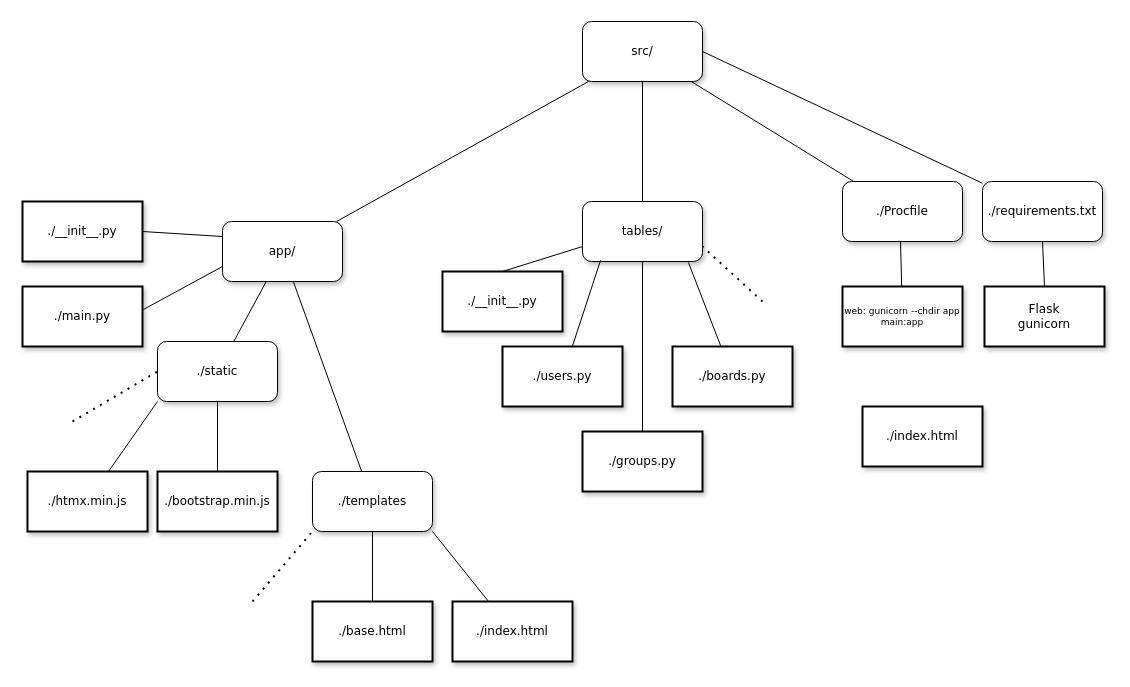
Before: .diagrams/.deployment/deployment.drawio in Bilgecrank/hindsite, a draw.io diagram. Source tidied: cells renumbered, new cells numbered last; positions are measured from the earlier drawing's top-left corner, leaving out a move shared by most shapes. Both pictures are drawn from the tidied source at 100%, with x=0, y=0 at pixel (22, 21).
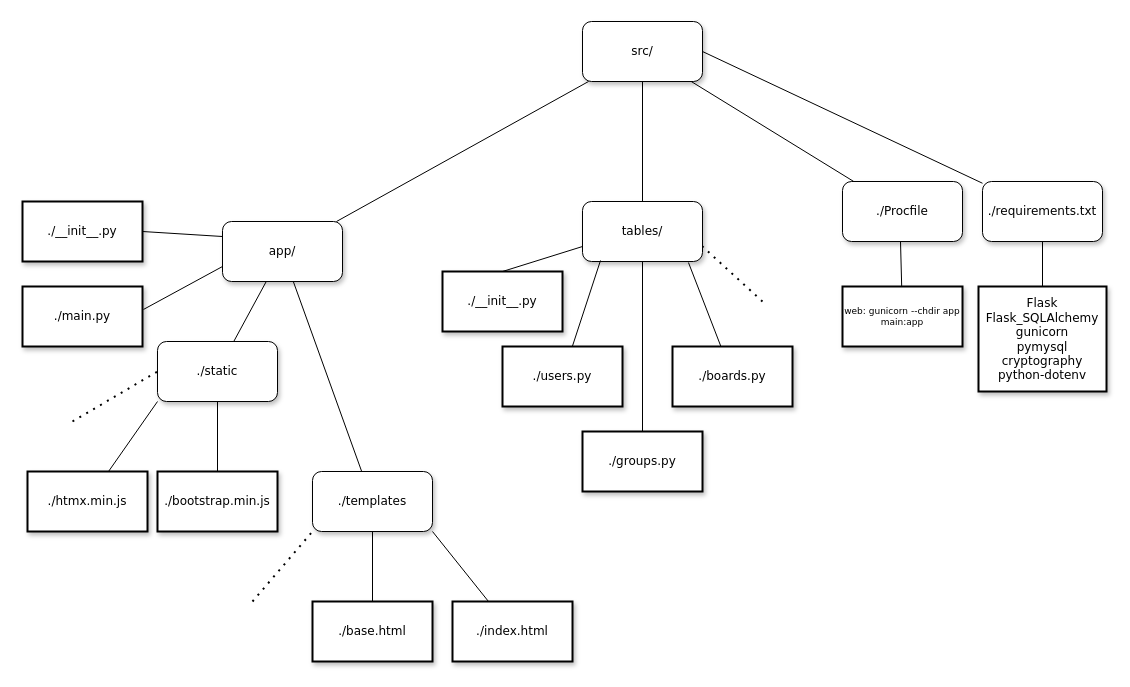
The same diagram, later.

Diff of the diagram source:
```diff
@@
-    <mxCell id="16" value="&lt;div&gt;Flask&lt;/div&gt;&lt;div&gt;gunicorn&lt;br&gt;&lt;/div&gt;" style="whiteSpace=wrap;html=1;rounded=0;shadow=1;labelBackgroundColor=none;strokeWidth=2;fontFamily=Verdana;fontSize=12;align=center;" parent="1" vertex="1">
-      <mxGeometry x="962" y="265" width="120" height="60" as="geometry" />
+    <mxCell id="16" value="&lt;div&gt;Flask&lt;/div&gt;&lt;div&gt;Flask_SQLAlchemy&lt;br&gt;&lt;/div&gt;&lt;div&gt;gunicorn&lt;br&gt;&lt;/div&gt;&lt;div&gt;pymysql&lt;/div&gt;&lt;div&gt;cryptography&lt;/div&gt;&lt;div&gt;python-dotenv&lt;br&gt;&lt;/div&gt;" style="whiteSpace=wrap;html=1;rounded=0;shadow=1;labelBackgroundColor=none;strokeWidth=2;fontFamily=Verdana;fontSize=12;align=center;" parent="1" vertex="1">
+      <mxGeometry x="956" y="265" width="128" height="105" as="geometry" />
     </mxCell>
@@
-    <mxCell id="31" value="./index.html" style="whiteSpace=wrap;html=1;rounded=0;shadow=1;labelBackgroundColor=none;strokeWidth=2;fontFamily=Verdana;fontSize=12;align=center;" parent="1" vertex="1">
-      <mxGeometry x="840" y="385" width="120" height="60" as="geometry" />
-    </mxCell>
```
